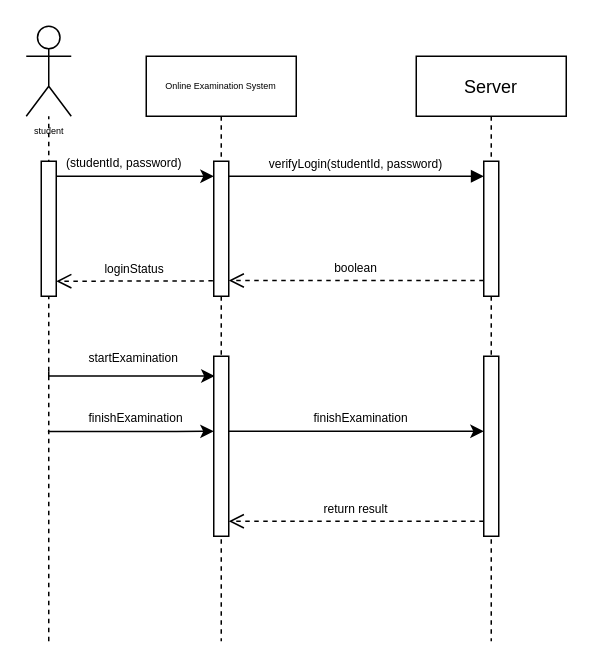
Before: Untitled Diagram.drawio in surya758/Endorsed, a draw.io diagram. Source tidied: cells renumbered, new cells numbered last; positions are measured from the earlier drawing's top-left corner, leaving out a move shared by most shapes. Both pictures are drawn from the tidied source at 150%, with x=0, y=0 at pixel (26, 26).
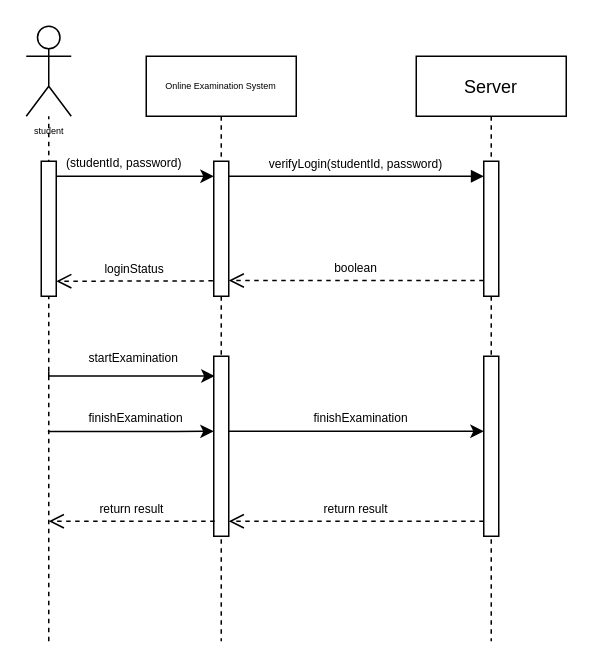
After the change.

Unchanged cells that the change refers to:
```xml
<mxCell id="2" value="Online Examination System" style="shape=umlLifeline;perimeter=lifelinePerimeter;rounded=0;shadow=0;strokeWidth=1;fontSize=6;" parent="1" vertex="1">
  <mxGeometry x="80" y="20" width="100" height="390" as="geometry" />
</mxCell>
<mxCell id="7" style="points=[];perimeter=orthogonalPerimeter;rounded=0;shadow=0;strokeWidth=1;" parent="2" vertex="1">
  <mxGeometry x="45" y="200" width="10" height="120" as="geometry" />
</mxCell>
```

Diff of the diagram source:
```diff
@@
+    <mxCell id="23" value="return result" style="verticalAlign=bottom;endArrow=open;dashed=1;endSize=8;shadow=0;strokeWidth=1;exitX=0.06;exitY=0.917;exitDx=0;exitDy=0;exitPerimeter=0;fontSize=8;" parent="2" edge="1" source="7">
+      <mxGeometry relative="1" as="geometry">
+        <mxPoint x="-65" y="310" as="targetPoint" />
+      </mxGeometry>
+    </mxCell>
```
